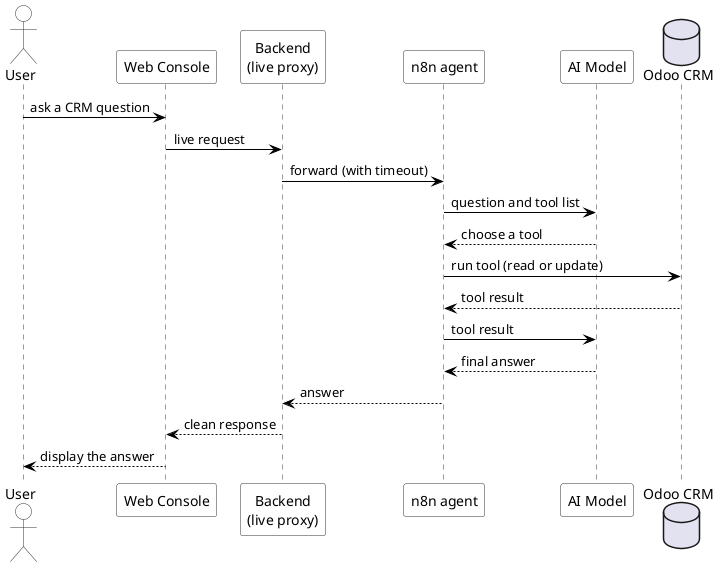
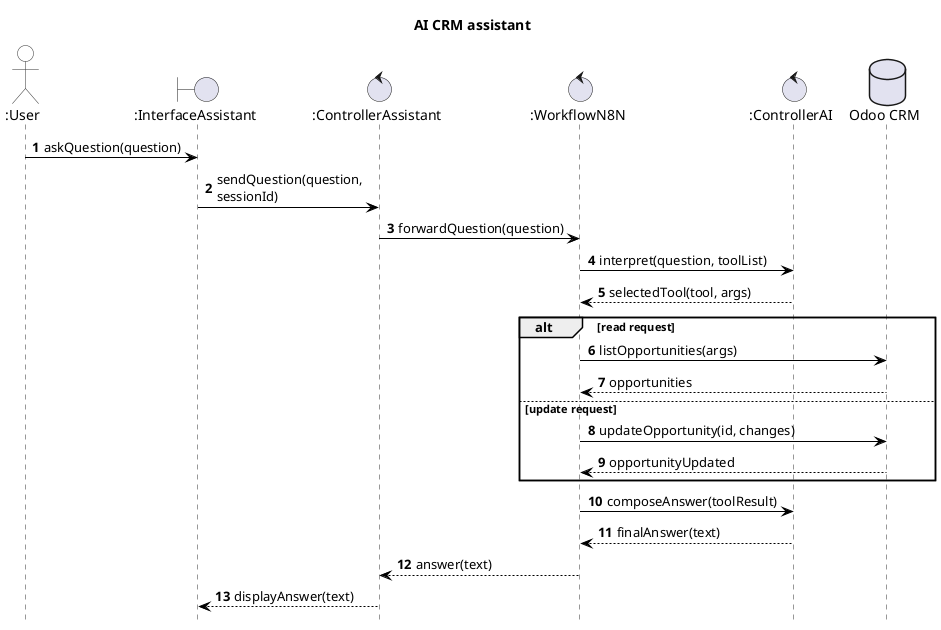
@startuml seq-assistant
+ ' Robustness / Boundary-Control-Entity (BCE) sequence diagram.
+ ' Visual skin kept black-and-white / Times New Roman to match the report
+ ' (enforced by _build/restyle_seq.py); the structure follows the BCE rules.
skinparam backgroundColor transparent
skinparam shadowing false
+ skinparam maxMessageSize 200
skinparam defaultFontName Times New Roman
skinparam sequence {
  ArrowColor #000000
  ArrowFontColor #000000
  LifeLineBorderColor #333333
  LifeLineBackgroundColor #FFFFFF
  ParticipantBackgroundColor #FFFFFF
  ParticipantFontColor #000000
  ParticipantBorderColor #333333
  ActorBackgroundColor #FFFFFF
  ActorBorderColor #333333
  DatabaseBackgroundColor #FFFFFF
  DatabaseBorderColor #333333
}
- actor User
- participant "Web Console" as Console
- participant "Backend\n(live proxy)" as Backend
- participant "n8n agent" as N8N
- participant "AI Model" as AI
+ hide footbox
+ autonumber
+ title AI CRM assistant
+ 
+ actor ":User" as User
+ boundary ":InterfaceAssistant" as UI
+ control ":ControllerAssistant" as Assistant
+ control ":WorkflowN8N" as N8N
+ control ":ControllerAI" as AI
database "Odoo CRM" as Odoo

- User -> Console : ask a CRM question
- Console -> Backend : live request
- Backend -> N8N : forward (with timeout)
- N8N -> AI : question and tool list
- AI --> N8N : choose a tool
- N8N -> Odoo : run tool (read or update)
- Odoo --> N8N : tool result
- N8N -> AI : tool result
- AI --> N8N : final answer
- N8N --> Backend : answer
- Backend --> Console : clean response
- Console --> User : display the answer
+ User -> UI : askQuestion(question)
+ UI -> Assistant : sendQuestion(question, sessionId)
+ Assistant -> N8N : forwardQuestion(question)
+ N8N -> AI : interpret(question, toolList)
+ AI --> N8N : selectedTool(tool, args)
+ alt read request
+   N8N -> Odoo : listOpportunities(args)
+   Odoo --> N8N : opportunities
+ else update request
+   N8N -> Odoo : updateOpportunity(id, changes)
+   Odoo --> N8N : opportunityUpdated
+ end
+ N8N -> AI : composeAnswer(toolResult)
+ AI --> N8N : finalAnswer(text)
+ N8N --> Assistant : answer(text)
+ Assistant --> UI : displayAnswer(text)
@enduml
